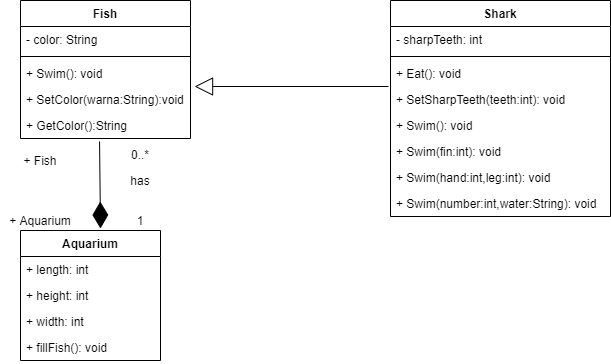
Earlier version of the draw.io export ExerciseClassDiagram.png (njmihakim/Week2ClassDiagram). Source tidied: cells renumbered, new cells last; positions are measured from the earlier drawing's top-left corner, leaving out a move shared by most shapes.
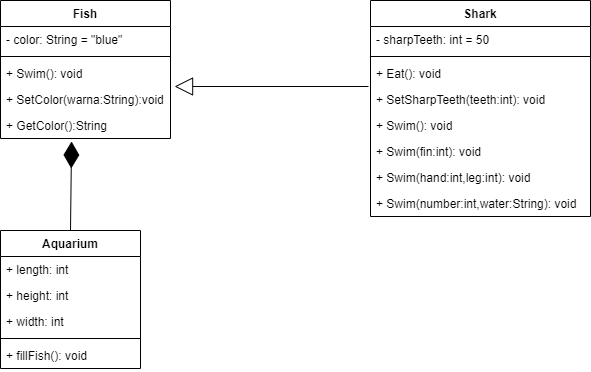
Later version of the same file.

Change to the diagram source:
```diff
@@ -5,7 +5,7 @@
     <mxCell id="2" value="Fish" style="swimlane;fontStyle=1;align=center;verticalAlign=top;horizontal=1;startSize=26;" parent="1" vertex="1">
       <mxGeometry x="20" width="170" height="138" as="geometry" />
     </mxCell>
-    <mxCell id="3" value="- color: String" style="text;strokeColor=none;fillColor=none;align=left;verticalAlign=top;spacingLeft=4;spacingRight=4;overflow=hidden;" parent="2" vertex="1">
+    <mxCell id="3" value="- color: String = &quot;blue&quot;" style="text;strokeColor=none;fillColor=none;align=left;verticalAlign=top;spacingLeft=4;spacingRight=4;overflow=hidden;" parent="2" vertex="1">
       <mxGeometry y="26" width="170" height="26" as="geometry" />
     </mxCell>
     <mxCell id="4" style="line;strokeWidth=1;fillColor=none;align=left;verticalAlign=middle;spacingTop=-1;spacingLeft=3;spacingRight=3;labelPosition=right;" parent="2" vertex="1">
@@ -23,7 +23,7 @@
     <mxCell id="8" value="Shark" style="swimlane;fontStyle=1;align=center;verticalAlign=top;horizontal=1;startSize=26;" parent="1" vertex="1">
       <mxGeometry x="390" width="220" height="216" as="geometry" />
     </mxCell>
-    <mxCell id="9" value="- sharpTeeth: int" style="text;strokeColor=none;fillColor=none;align=left;verticalAlign=top;spacingLeft=4;spacingRight=4;overflow=hidden;" parent="8" vertex="1">
+    <mxCell id="9" value="- sharpTeeth: int = 50" style="text;strokeColor=none;fillColor=none;align=left;verticalAlign=top;spacingLeft=4;spacingRight=4;overflow=hidden;" parent="8" vertex="1">
       <mxGeometry y="26" width="220" height="26" as="geometry" />
     </mxCell>
     <mxCell id="10" style="line;strokeWidth=1;fillColor=none;align=left;verticalAlign=middle;spacingTop=-1;spacingLeft=3;spacingRight=3;labelPosition=right;" parent="8" vertex="1">
@@ -48,7 +48,7 @@
       <mxGeometry y="190" width="220" height="26" as="geometry" />
     </mxCell>
     <mxCell id="17" value="Aquarium" style="swimlane;fontStyle=1;horizontal=1;startSize=26;fillColor=none;" parent="1" vertex="1">
-      <mxGeometry x="20" y="230" width="140" height="130" as="geometry" />
+      <mxGeometry x="20" y="230" width="140" height="138" as="geometry" />
     </mxCell>
     <mxCell id="18" value="+ length: int" style="text;strokeColor=none;fillColor=none;align=left;verticalAlign=top;spacingLeft=4;spacingRight=4;overflow=hidden;" parent="17" vertex="1">
       <mxGeometry y="26" width="140" height="26" as="geometry" />
@@ -59,33 +59,19 @@
     <mxCell id="20" value="+ width: int" style="text;strokeColor=none;fillColor=none;align=left;verticalAlign=top;spacingLeft=4;spacingRight=4;overflow=hidden;" parent="17" vertex="1">
       <mxGeometry y="78" width="140" height="26" as="geometry" />
     </mxCell>
+    <mxCell id="29" style="line;strokeWidth=1;fillColor=none;align=left;verticalAlign=middle;spacingTop=-1;spacingLeft=3;spacingRight=3;labelPosition=right;" parent="17" vertex="1">
+      <mxGeometry y="104" width="140" height="8" as="geometry" />
+    </mxCell>
     <mxCell id="21" value="+ fillFish(): void" style="text;strokeColor=none;fillColor=none;align=left;verticalAlign=top;spacingLeft=4;spacingRight=4;overflow=hidden;" parent="17" vertex="1">
-      <mxGeometry y="104" width="140" height="26" as="geometry" />
+      <mxGeometry y="112" width="140" height="26" as="geometry" />
     </mxCell>
     <mxCell id="22" style="endArrow=block;endSize=16;endFill=0;html=1;entryX=1.024;entryY=0;entryDx=0;entryDy=0;entryPerimeter=0;" parent="1" edge="1" target="6">
       <mxGeometry relative="1" as="geometry">
         <mxPoint x="388" y="86" as="sourcePoint" />
       </mxGeometry>
     </mxCell>
-    <mxCell id="23" style="endArrow=diamondThin;endFill=1;endSize=24;html=1;exitX=0.465;exitY=1.115;exitDx=0;exitDy=0;exitPerimeter=0;" parent="1" edge="1" source="7">
-      <mxGeometry relative="1" as="geometry">
-        <mxPoint x="100" y="228" as="targetPoint" />
-      </mxGeometry>
+    <mxCell id="23" style="endArrow=diamondThin;endFill=1;endSize=24;html=1;entryX=0.418;entryY=1.115;entryDx=0;entryDy=0;entryPerimeter=0;exitX=0.5;exitY=0;exitDx=0;exitDy=0;" parent="1" edge="1" source="17" target="7">
+      <mxGeometry relative="1" as="geometry" />
     </mxCell>
-    <mxCell id="24" value="+ Aquarium" style="text;html=1;strokeColor=none;fillColor=none;align=center;verticalAlign=middle;whiteSpace=wrap;rounded=0;" parent="1" vertex="1">
-      <mxGeometry y="210" width="80" height="20" as="geometry" />
-    </mxCell>
-    <mxCell id="25" value="+ Fish" style="text;html=1;strokeColor=none;fillColor=none;align=center;verticalAlign=middle;whiteSpace=wrap;rounded=0;" parent="1" vertex="1">
-      <mxGeometry x="20" y="150" width="40" height="20" as="geometry" />
-    </mxCell>
-    <mxCell id="26" value="has" style="text;html=1;strokeColor=none;fillColor=none;align=center;verticalAlign=middle;whiteSpace=wrap;rounded=0;" parent="1" vertex="1">
-      <mxGeometry x="120" y="170" width="40" height="20" as="geometry" />
-    </mxCell>
-    <mxCell id="27" value="1" style="text;html=1;strokeColor=none;fillColor=none;align=center;verticalAlign=middle;whiteSpace=wrap;rounded=0;" parent="1" vertex="1">
-      <mxGeometry x="120" y="210" width="40" height="20" as="geometry" />
-    </mxCell>
-    <mxCell id="28" value="0..*" style="text;html=1;strokeColor=none;fillColor=none;align=center;verticalAlign=middle;whiteSpace=wrap;rounded=0;" parent="1" vertex="1">
-      <mxGeometry x="120" y="144" width="40" height="20" as="geometry" />
-    </mxCell>
   </root>
 </mxGraphModel>
```
